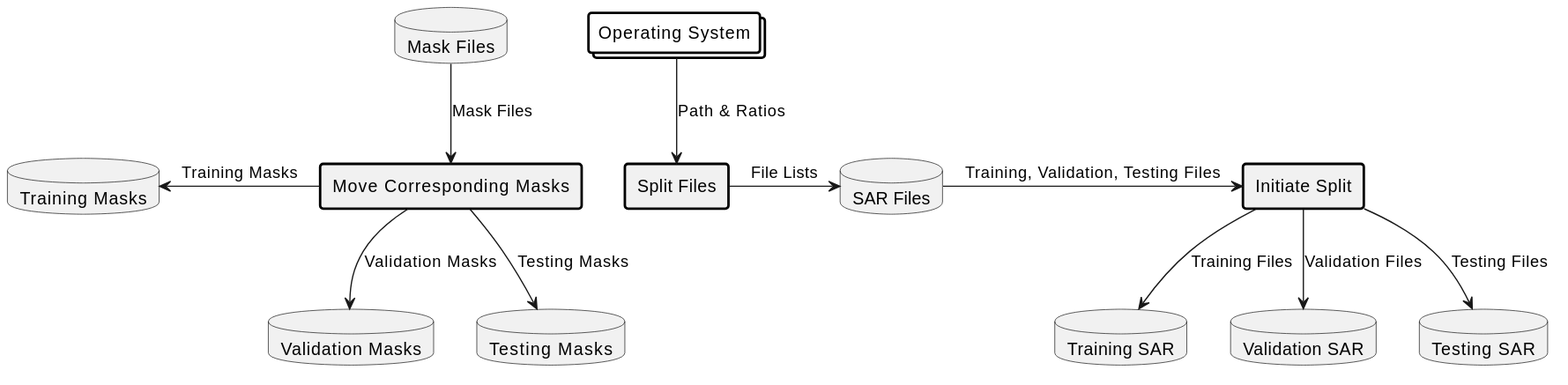
Earlier version of the PlantUML export dataflow_diagrams/dataset_spliter.svg (ISL-INTELLIGENT-SYSTEMS-LAB/Dataset_Class_Equalizer). The source it was exported from:
```plantuml
@startuml
skinparam defaultTextAlignment center

skinparam rectangle {
    BorderColor black
    BorderThickness 2
}

skinparam collections {
    BorderColor black
    BorderThickness 2
    BackgroundColor white
    ArrowColor Black
}

collections "Operating System" as OS

rectangle "Split Files" as SplitFiles
rectangle "Initiate Split" as InitiateSplit
rectangle "Move Corresponding Masks" as MoveMasks

database "SAR Files" as SARFiles
database "Mask Files" as MaskFiles
database "Training SAR" as TrainSAR
database "Validation SAR" as ValSAR
database "Testing SAR" as TestSAR
database "Training Masks" as TrainMasks
database "Validation Masks" as ValMasks
database "Testing Masks" as TestMasks

OS -down-> SplitFiles : "Path & Ratios"
SplitFiles -right-> SARFiles : "File Lists"
SARFiles -right-> InitiateSplit : "Training, Validation, Testing Files"
InitiateSplit -down-> TrainSAR : "Training Files"
InitiateSplit -down-> ValSAR : "Validation Files"
InitiateSplit -down-> TestSAR : "Testing Files"

MaskFiles -down-> MoveMasks : "Mask Files"
MoveMasks -left-> TrainMasks : "Training Masks"
MoveMasks -down-> ValMasks : "Validation Masks"
MoveMasks -down-> TestMasks : "Testing Masks"
@enduml
```
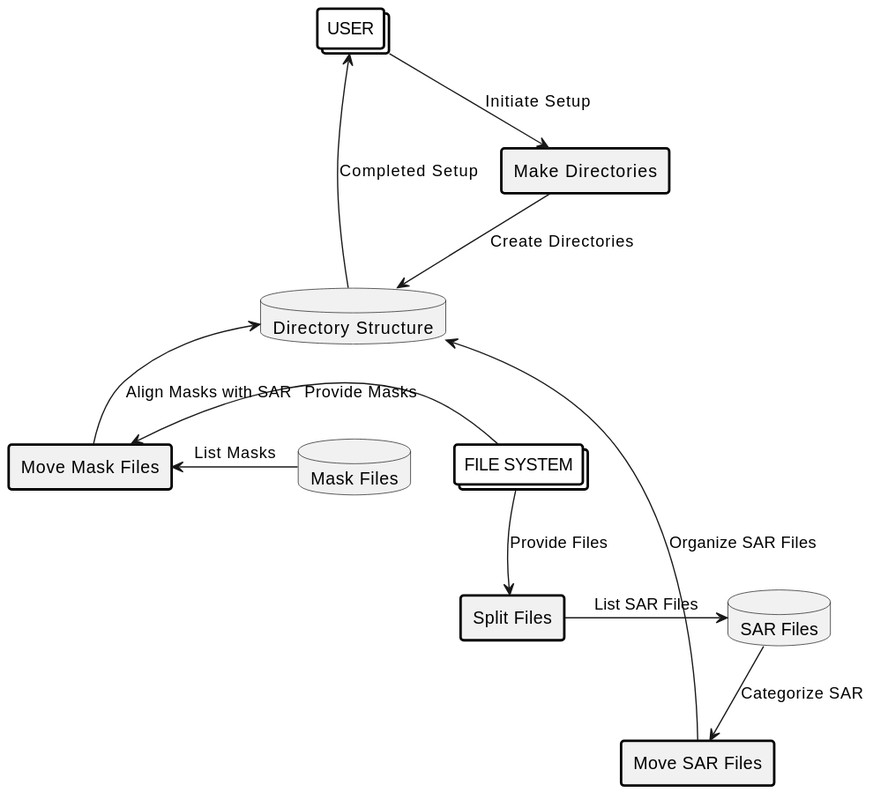
After the change.

Change to the diagram source:
```diff
@@ -13,30 +13,27 @@
     ArrowColor Black
 }
 
-collections "Operating System" as OS
+collections User as "USER"
+collections FileSystem as "FILE SYSTEM"
 
+rectangle "Make Directories" as MakeDirs
 rectangle "Split Files" as SplitFiles
-rectangle "Initiate Split" as InitiateSplit
-rectangle "Move Corresponding Masks" as MoveMasks
+rectangle "Move SAR Files" as MoveSAR
+rectangle "Move Mask Files" as MoveMasks
 
-database "SAR Files" as SARFiles
-database "Mask Files" as MaskFiles
-database "Training SAR" as TrainSAR
-database "Validation SAR" as ValSAR
-database "Testing SAR" as TestSAR
-database "Training Masks" as TrainMasks
-database "Validation Masks" as ValMasks
-database "Testing Masks" as TestMasks
+database "SAR Files" as SARData
+database "Mask Files" as MaskData
+database "Directory Structure" as DirStructure
 
-OS -down-> SplitFiles : "Path & Ratios"
-SplitFiles -right-> SARFiles : "File Lists"
-SARFiles -right-> InitiateSplit : "Training, Validation, Testing Files"
-InitiateSplit -down-> TrainSAR : "Training Files"
-InitiateSplit -down-> ValSAR : "Validation Files"
-InitiateSplit -down-> TestSAR : "Testing Files"
+User -down-> MakeDirs : "Initiate Setup"
+MakeDirs -down-> DirStructure : "Create Directories"
+FileSystem -down-> SplitFiles : "Provide Files"
+SplitFiles -right-> SARData : "List SAR Files"
+SARData -down-> MoveSAR : "Categorize SAR"
+MoveSAR -down-> DirStructure : "Organize SAR Files"
 
-MaskFiles -down-> MoveMasks : "Mask Files"
-MoveMasks -left-> TrainMasks : "Training Masks"
-MoveMasks -down-> ValMasks : "Validation Masks"
-MoveMasks -down-> TestMasks : "Testing Masks"
+FileSystem -left-> MoveMasks : "Provide Masks"
+MaskData -left-> MoveMasks : "List Masks"
+MoveMasks -up-> DirStructure : "Align Masks with SAR"
+DirStructure -up-> User : "Completed Setup"
 @enduml
```
